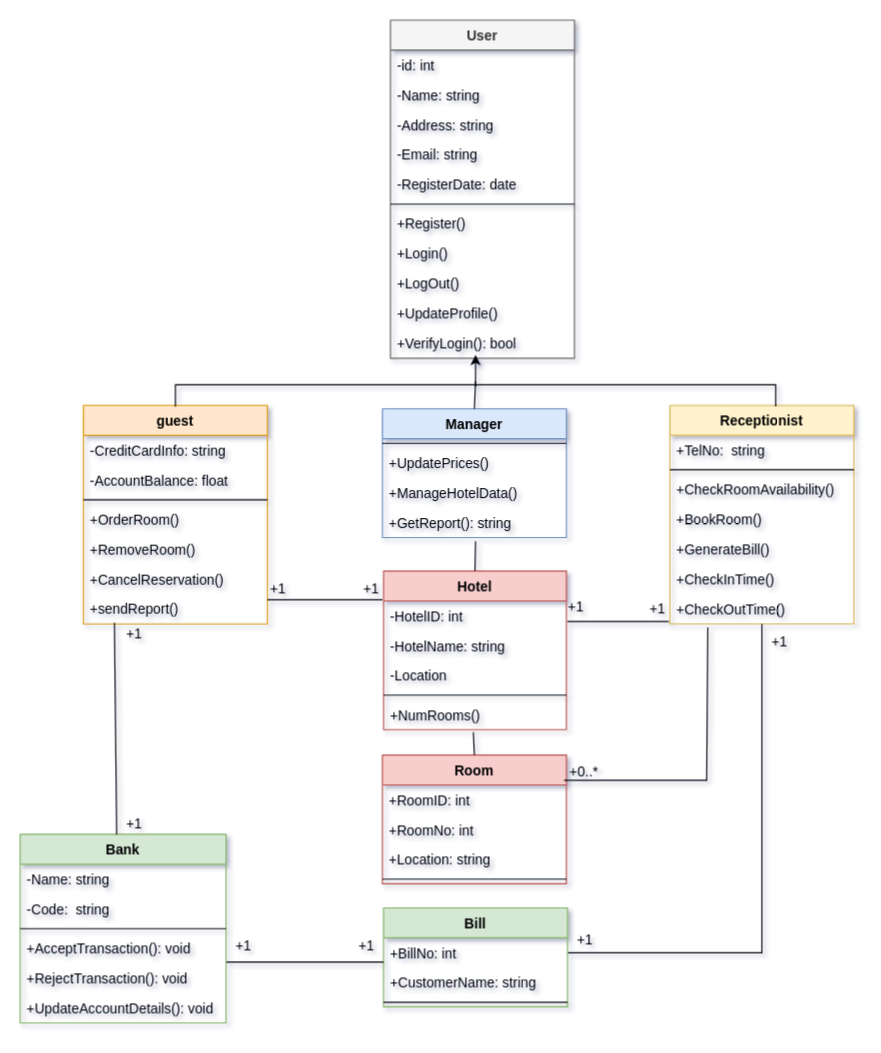
Before: Class diagram2.drawio in AhmedTarek-95/System-Desine, a draw.io diagram. Source tidied: cells renumbered, new cells numbered last; positions are measured from the earlier drawing's top-left corner, leaving out a move shared by most shapes. Both pictures are drawn from the tidied source at 115%, with x=0, y=0 at pixel (20, 20).
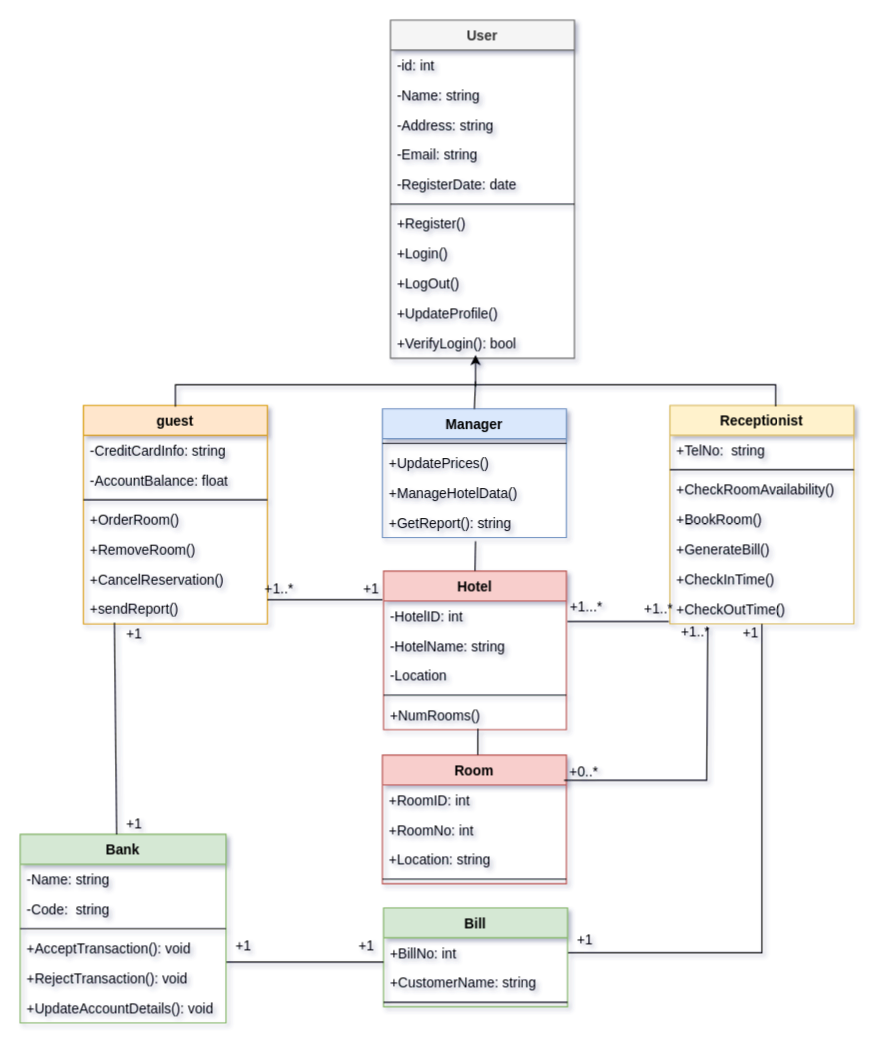
Above is the later version.

Unchanged cells that the change refers to:
```xml
<mxCell id="15" value="Room" style="swimlane;fontStyle=1;align=center;verticalAlign=top;horizontal=1;startSize=26;fillColor=#f8cecc;strokeColor=#b85450;" parent="1" vertex="1">
  <mxGeometry x="315" y="639" width="160" height="112" as="geometry" />
</mxCell>
<mxCell id="69" value="+NumRooms()" style="text;strokeColor=none;fillColor=none;align=left;verticalAlign=top;spacingLeft=4;spacingRight=4;overflow=hidden;points=[[0,0.5],[1,0.5]];portConstraint=eastwest;" parent="64" vertex="1">
  <mxGeometry y="112" width="159" height="26" as="geometry" />
</mxCell>
```

Change to the diagram source:
```diff
@@
     <mxCell id="37" value="+1" style="text;html=1;align=center;verticalAlign=middle;strokeColor=none;fillColor=none;" parent="1" vertex="1">
-      <mxGeometry x="645" y="531" width="30" height="20" as="geometry" />
+      <mxGeometry x="620" y="523" width="30" height="20" as="geometry" />
     </mxCell>
@@
-    <mxCell id="71" style="endArrow=none;html=1;rounded=0;entryX=0.491;entryY=1.077;entryDx=0;entryDy=0;entryPerimeter=0;exitX=0.5;exitY=0;exitDx=0;exitDy=0;" parent="1" edge="1" source="15" target="69">
-      <mxGeometry relative="1" as="geometry" />
+    <mxCell id="71" style="endArrow=none;html=1;rounded=0;entryX=0.516;entryY=0.962;entryDx=0;entryDy=0;entryPerimeter=0;" parent="1" edge="1" target="69">
+      <mxGeometry relative="1" as="geometry">
+        <mxPoint x="398" y="639" as="sourcePoint" />
+      </mxGeometry>
     </mxCell>
@@
-    <mxCell id="74" value="+1" style="text;html=1;align=center;verticalAlign=middle;strokeColor=none;fillColor=none;" parent="1" vertex="1">
-      <mxGeometry x="542" y="503" width="24" height="18" as="geometry" />
+    <mxCell id="74" value="+1..*" style="text;html=1;align=center;verticalAlign=middle;strokeColor=none;fillColor=none;" parent="1" vertex="1">
+      <mxGeometry x="537" y="503" width="35" height="18" as="geometry" />
     </mxCell>
-    <mxCell id="75" value="+1" style="text;html=1;align=center;verticalAlign=middle;strokeColor=none;fillColor=none;" parent="1" vertex="1">
-      <mxGeometry x="471" y="502" width="24" height="18" as="geometry" />
+    <mxCell id="75" value="+1...*" style="text;html=1;align=center;verticalAlign=middle;strokeColor=none;fillColor=none;" parent="1" vertex="1">
+      <mxGeometry x="473" y="502" width="38" height="18" as="geometry" />
     </mxCell>
@@
-    <mxCell id="77" value="+1" style="text;html=1;align=center;verticalAlign=middle;strokeColor=none;fillColor=none;" parent="1" vertex="1">
-      <mxGeometry x="212" y="486" width="24" height="18" as="geometry" />
+    <mxCell id="77" value="+1..*" style="text;html=1;align=center;verticalAlign=middle;strokeColor=none;fillColor=none;" parent="1" vertex="1">
+      <mxGeometry x="207" y="486" width="35" height="18" as="geometry" />
     </mxCell>
@@
+    <mxCell id="79" value="+1..*" style="text;html=1;align=center;verticalAlign=middle;strokeColor=none;fillColor=none;" parent="1" vertex="1">
+      <mxGeometry x="569" y="523" width="35" height="18" as="geometry" />
+    </mxCell>
```
